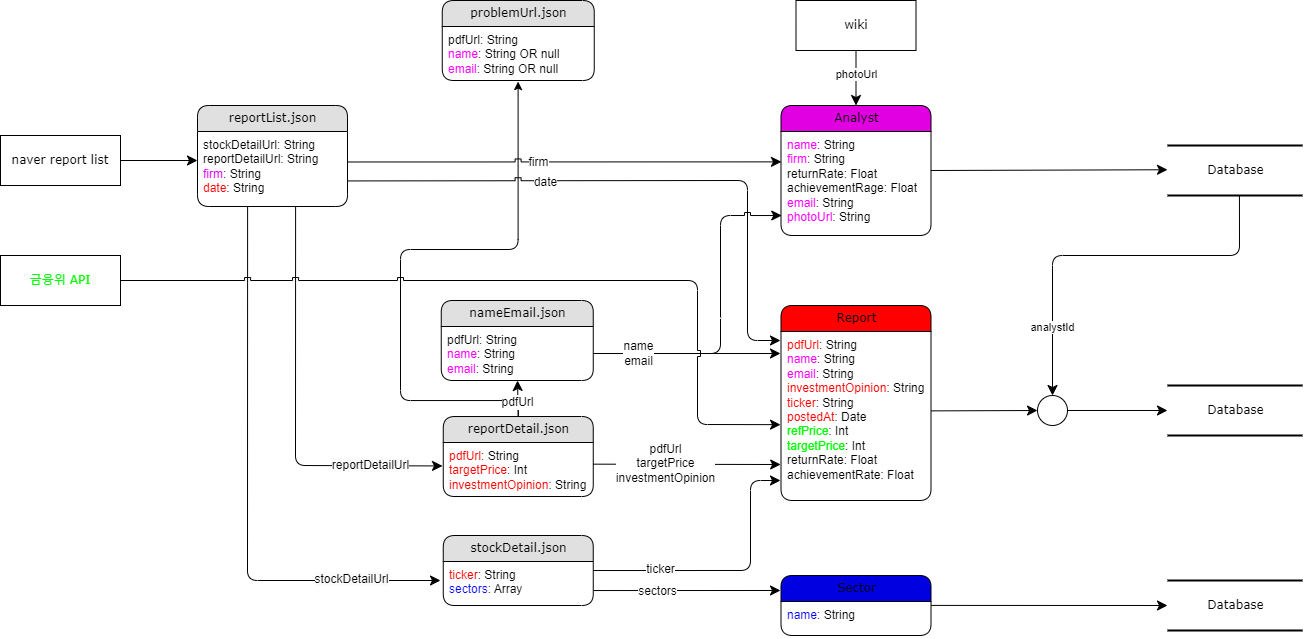
Above: diagram/DataFlow.drawio.png in PDA-stockX/research-crawling (draw.io), before the change. Source tidied: cells renumbered, new cells last; positions are measured from the earlier drawing's top-left corner, leaving out a move shared by most shapes.
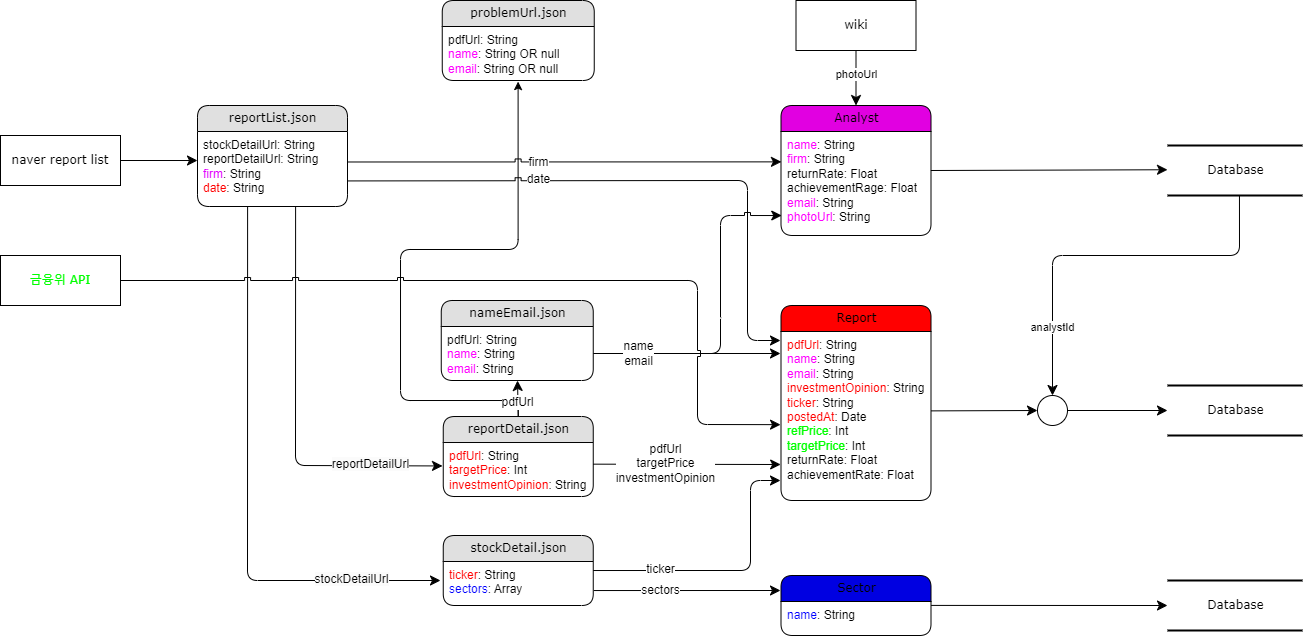
The same file after the commit.

What changed in the source:
```diff
@@ -86,8 +86,8 @@
         </Array>
       </mxGeometry>
     </mxCell>
-    <mxCell id="22" value="date" style="edgeLabel;html=1;align=center;verticalAlign=middle;fontSize=12;" parent="21" vertex="1">
-      <mxGeometry x="-0.33" y="-1" relative="1" as="geometry" />
+    <mxCell id="22" value="&lt;span style=&quot;font-size: 12px;&quot;&gt;date&lt;/span&gt;" style="edgeLabel;html=1;align=center;verticalAlign=middle;" parent="21" vertex="1">
+      <mxGeometry x="-0.35" y="1" relative="1" as="geometry" />
     </mxCell>
     <mxCell id="23" value="Sector" style="swimlane;html=1;fontStyle=0;horizontal=1;startSize=26;fillColor=#0000e1;swimlaneFillColor=#ffffff;align=center;rounded=1;shadow=0;comic=0;labelBackgroundColor=none;strokeWidth=1;fontFamily=Verdana;fontSize=12;" parent="1" vertex="1">
       <mxGeometry x="780.5" y="575" width="150" height="60" as="geometry" />
@@ -123,8 +123,8 @@
         <mxPoint x="780" y="590" as="targetPoint" />
       </mxGeometry>
     </mxCell>
-    <mxCell id="30" value="sectors" style="edgeLabel;html=1;align=center;verticalAlign=middle;fontSize=12;" parent="29" vertex="1">
-      <mxGeometry x="-0.33" y="-1" relative="1" as="geometry" />
+    <mxCell id="30" value="&lt;span style=&quot;font-size: 12px;&quot;&gt;sectors&lt;/span&gt;" style="edgeLabel;html=1;align=center;verticalAlign=middle;" parent="29" vertex="1">
+      <mxGeometry x="-0.29" relative="1" as="geometry" />
     </mxCell>
     <mxCell id="31" value="wiki" style="whiteSpace=wrap;html=1;rounded=0;shadow=0;comic=0;labelBackgroundColor=none;strokeWidth=1;fontFamily=Verdana;fontSize=12;align=center;" parent="1" vertex="1">
       <mxGeometry x="795.5" width="120" height="50" as="geometry" />
```
